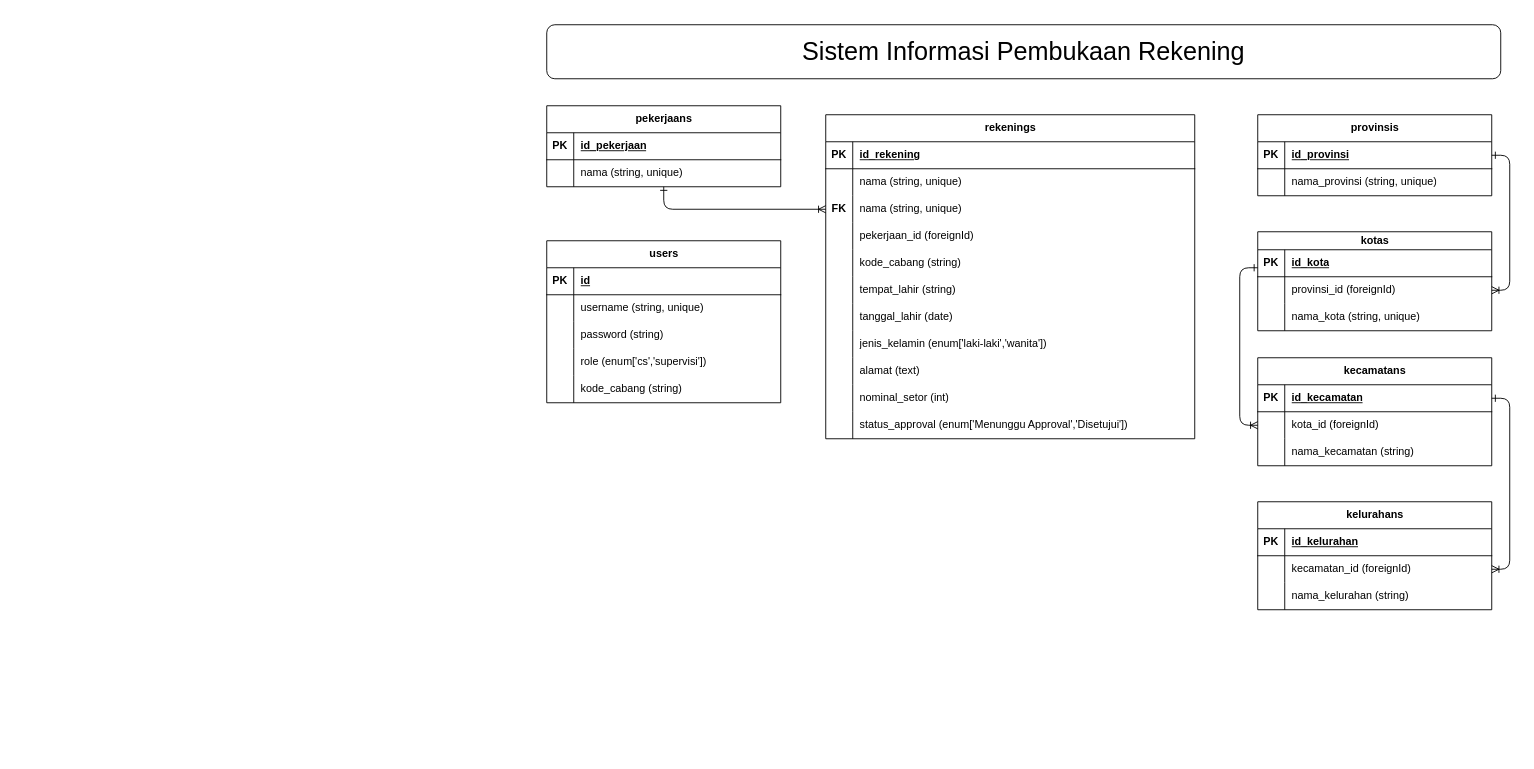
Before: data_dev/ERD Sistem Informasi Pembukaan Rekening.drawio in fathanpr/bank-dki-study-case, a draw.io diagram. Source tidied: cells renumbered, new cells numbered last; positions are measured from the earlier drawing's top-left corner, leaving out a move shared by most shapes. Both pictures are drawn from the tidied source at 90%, with x=0, y=0 at pixel (546, 24).
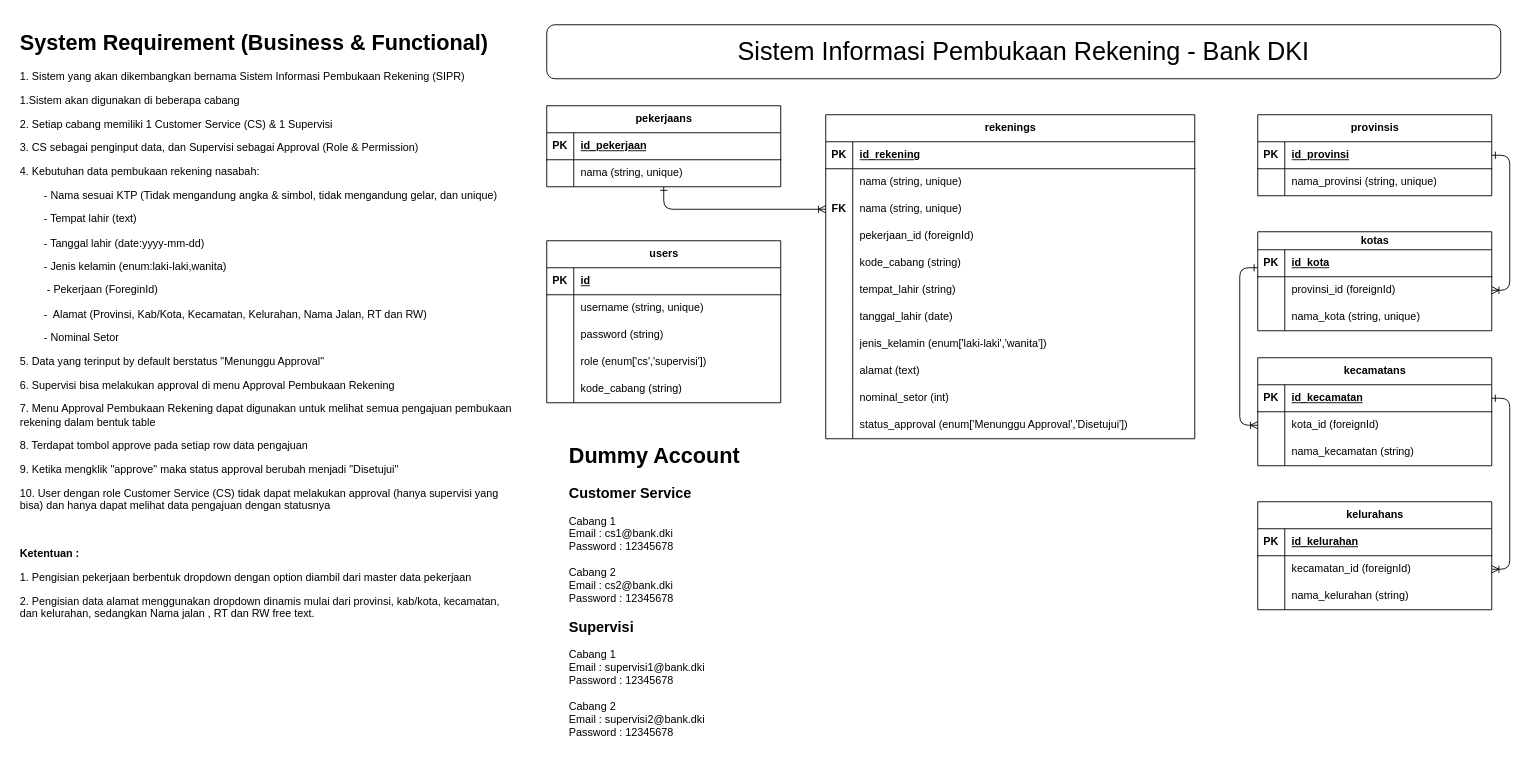
The same diagram, later.

The edit, as a diff of the source:
```diff
@@
-    <mxCell id="101" value="&lt;font style=&quot;font-size: 28px;&quot;&gt;Sistem Informasi Pembukaan Rekening&lt;/font&gt;" style="rounded=1;whiteSpace=wrap;html=1;" parent="1" vertex="1">
+    <mxCell id="101" value="&lt;font style=&quot;font-size: 28px;&quot;&gt;Sistem Informasi Pembukaan Rekening - Bank DKI&lt;/font&gt;" style="rounded=1;whiteSpace=wrap;html=1;" parent="1" vertex="1">
       <mxGeometry width="1060" height="60" as="geometry" />
     </mxCell>
+    <mxCell id="102" value="&lt;h1&gt;System Requirement (Business &amp;amp; Functional)&lt;/h1&gt;&lt;div&gt;1. Sistem yang akan dikembangkan bernama Sistem Informasi Pembukaan Rekening (SIPR)&lt;/div&gt;&lt;p&gt;1.Sistem akan digunakan di beberapa cabang&lt;/p&gt;&lt;p&gt;2. Setiap cabang memiliki 1 Customer Service (CS) &amp;amp; 1 Supervisi&lt;/p&gt;&lt;p&gt;3. CS sebagai penginput data, dan Supervisi sebagai Approval (Role &amp;amp; Permission)&lt;/p&gt;&lt;p&gt;4. Kebutuhan data pembukaan rekening nasabah:&amp;nbsp;&lt;/p&gt;&lt;p&gt;&lt;span style=&quot;white-space: pre;&quot;&gt;&#9;&lt;/span&gt;- Nama sesuai KTP (Tidak mengandung angka &amp;amp; simbol, tidak mengandung gelar, dan unique)&lt;br&gt;&lt;/p&gt;&lt;p&gt;&lt;span style=&quot;white-space: pre;&quot;&gt;&#9;&lt;/span&gt;- Tempat lahir (text)&lt;br&gt;&lt;/p&gt;&lt;p&gt;&lt;span style=&quot;white-space: pre;&quot;&gt;&#9;&lt;/span&gt;- Tanggal lahir (date:yyyy-mm-dd)&lt;br&gt;&lt;/p&gt;&lt;p&gt;&lt;span style=&quot;white-space: pre;&quot;&gt;&#9;&lt;/span&gt;- Jenis kelamin (enum:laki-laki,wanita)&lt;br&gt;&lt;/p&gt;&lt;p&gt;&lt;span style=&quot;white-space: pre;&quot;&gt;&#9;&lt;/span&gt;&amp;nbsp;- Pekerjaan (ForeginId)&lt;br&gt;&lt;/p&gt;&lt;p&gt;&lt;span style=&quot;white-space: pre;&quot;&gt;&#9;&lt;/span&gt;-&amp;nbsp; Alamat (Provinsi, Kab/Kota, Kecamatan, Kelurahan, Nama Jalan, RT dan RW)&lt;br&gt;&lt;/p&gt;&lt;p&gt;&lt;span style=&quot;white-space: pre;&quot;&gt;&#9;&lt;/span&gt;- Nominal Setor&lt;br&gt;&lt;/p&gt;&lt;p&gt;5. Data yang terinput by default berstatus &quot;Menunggu Approval&quot;&lt;/p&gt;&lt;p&gt;6. Supervisi bisa melakukan approval di menu Approval Pembukaan Rekening&lt;/p&gt;&lt;p&gt;7. Menu Approval Pembukaan Rekening dapat digunakan untuk melihat semua pengajuan pembukaan rekening dalam bentuk table&lt;/p&gt;&lt;p&gt;8. Terdapat tombol approve pada setiap row data pengajuan&lt;/p&gt;&lt;p&gt;9. Ketika mengklik &quot;approve&quot; maka status approval berubah menjadi &quot;Disetujui&quot;&lt;/p&gt;&lt;p&gt;10. User dengan role Customer Service (CS) tidak dapat melakukan approval (hanya supervisi yang bisa) dan hanya dapat melihat data pengajuan dengan statusnya&lt;/p&gt;&lt;p&gt;&lt;br&gt;&lt;/p&gt;&lt;p&gt;&lt;b&gt;Ketentuan :&lt;/b&gt;&lt;/p&gt;&lt;p&gt;1. Pengisian pekerjaan berbentuk dropdown dengan option diambil dari master data pekerjaan&lt;/p&gt;&lt;p&gt;2. Pengisian data alamat menggunakan dropdown dinamis mulai dari provinsi, kab/kota, kecamatan, dan kelurahan, sedangkan Nama jalan , RT dan RW free text.&lt;/p&gt;" style="text;html=1;strokeColor=none;fillColor=none;spacing=5;spacingTop=-20;whiteSpace=wrap;overflow=hidden;rounded=0;" parent="1" vertex="1">
+      <mxGeometry x="-590" width="560" height="690" as="geometry" />
+    </mxCell>
+    <mxCell id="103" value="&lt;h1&gt;Dummy Account&lt;/h1&gt;&lt;div&gt;&lt;span style=&quot;background-color: initial;&quot;&gt;&lt;b&gt;&lt;font style=&quot;font-size: 16px;&quot;&gt;Customer Service&amp;nbsp;&lt;/font&gt;&lt;/b&gt;&lt;/span&gt;&lt;/div&gt;&lt;div&gt;&lt;br&gt;&lt;/div&gt;&lt;div&gt;Cabang 1&lt;/div&gt;&lt;div&gt;Email : cs1@bank.dki&lt;/div&gt;&lt;div&gt;Password : 12345678&lt;/div&gt;&lt;div&gt;&lt;br&gt;&lt;/div&gt;&lt;div&gt;Cabang 2&lt;/div&gt;&lt;div&gt;Email : cs2@bank.dki&lt;/div&gt;&lt;div&gt;Password : 12345678&lt;/div&gt;&lt;div&gt;&lt;br&gt;&lt;/div&gt;&lt;div&gt;&lt;b&gt;&lt;font style=&quot;font-size: 16px;&quot;&gt;Supervisi&lt;/font&gt;&lt;/b&gt;&lt;/div&gt;&lt;div&gt;&lt;br&gt;&lt;/div&gt;&lt;div&gt;&lt;div style=&quot;border-color: var(--border-color);&quot;&gt;Cabang 1&lt;/div&gt;&lt;div style=&quot;border-color: var(--border-color);&quot;&gt;Email : supervisi1@bank.dki&lt;/div&gt;&lt;div style=&quot;border-color: var(--border-color);&quot;&gt;Password : 12345678&lt;/div&gt;&lt;div style=&quot;border-color: var(--border-color);&quot;&gt;&lt;br style=&quot;border-color: var(--border-color);&quot;&gt;&lt;/div&gt;&lt;div style=&quot;border-color: var(--border-color);&quot;&gt;Cabang 2&lt;/div&gt;&lt;div style=&quot;border-color: var(--border-color);&quot;&gt;Email : supervisi2@bank.dki&lt;/div&gt;&lt;div style=&quot;border-color: var(--border-color);&quot;&gt;Password : 12345678&lt;/div&gt;&lt;/div&gt;&lt;div&gt;&lt;br&gt;&lt;/div&gt;&lt;div&gt;&lt;br&gt;&lt;/div&gt;" style="text;html=1;strokeColor=none;fillColor=none;spacing=5;spacingTop=-20;whiteSpace=wrap;overflow=hidden;rounded=0;" parent="1" vertex="1">
+      <mxGeometry x="20" y="460" width="220" height="350" as="geometry" />
+    </mxCell>
```
